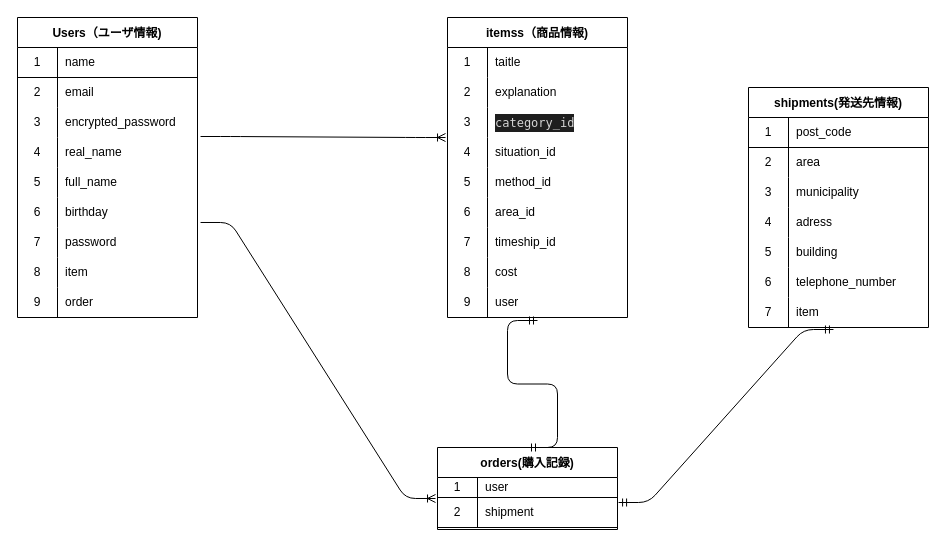
Earlier version of the draw.io diagram ER.dio (Semomo0717/furima-36947). Source tidied: cells renumbered, new cells numbered last; positions are measured from the earlier drawing's top-left corner, leaving out a move shared by most shapes. Both pictures are drawn from the tidied source at 100%, with x=0, y=0 at pixel (17, 17).
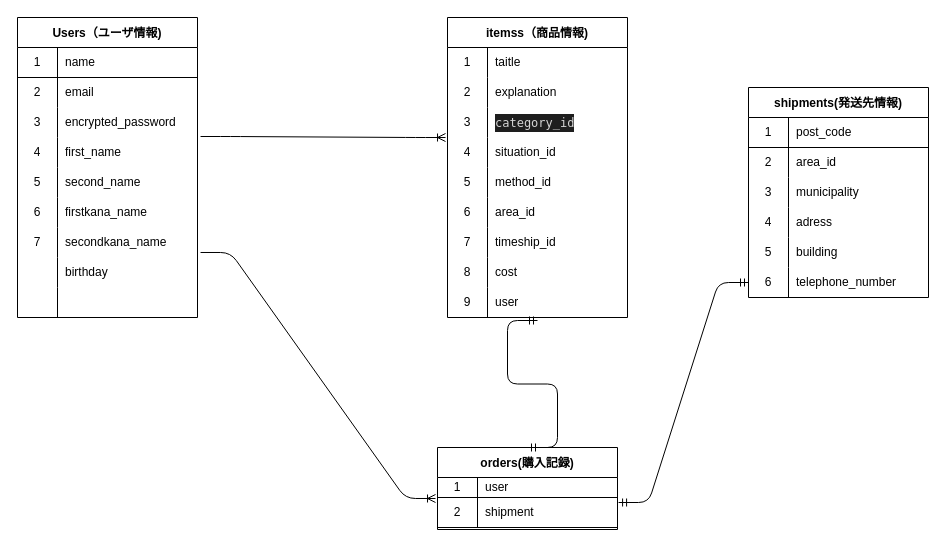
Above is the later version.

The change refers to these unchanged cells:
```xml
<mxCell id="2" value="Users（ユーザ情報)" style="shape=table;startSize=30;childLayout=tableLayout;rowLines=0;fontStyle=1;align=center;" parent="1" vertex="1">
  <mxGeometry width="180" height="300" as="geometry" />
</mxCell>
<mxCell id="12" style="shape=partialRectangle;html=1;whiteSpace=wrap;fillColor=none;top=0;left=0;bottom=0;right=0;points=[[0,0.5],[1,0.5]];portConstraint=eastwest;" parent="2" vertex="1">
  <mxGeometry y="120" width="180" height="30" as="geometry" />
</mxCell>
<mxCell id="27" style="shape=partialRectangle;html=1;whiteSpace=wrap;fillColor=none;top=0;left=0;bottom=0;right=0;" parent="2" vertex="1">
  <mxGeometry y="270" width="180" height="30" as="geometry" />
</mxCell>
<mxCell id="34" style="shape=partialRectangle;html=1;whiteSpace=wrap;fillColor=none;top=0;left=0;bottom=1;right=0;points=[[0,0.5],[1,0.5]];portConstraint=eastwest;" parent="30" vertex="1">
  <mxGeometry y="50" width="180" height="30" as="geometry" />
</mxCell>
<mxCell id="71" style="shape=partialRectangle;html=1;whiteSpace=wrap;fillColor=none;top=0;left=0;bottom=0;right=0;" parent="67" vertex="1">
  <mxGeometry y="60" width="180" height="30" as="geometry" />
</mxCell>
<mxCell id="83" style="shape=partialRectangle;html=1;whiteSpace=wrap;fillColor=none;top=0;left=0;bottom=0;right=0;points=[[0,0.5],[1,0.5]];portConstraint=eastwest;" parent="67" vertex="1">
  <mxGeometry y="180" width="180" height="30" as="geometry" />
</mxCell>
```

Diff of the diagram source:
```diff
@@
-    <mxCell id="14" value="real_name" style="shape=partialRectangle;html=1;whiteSpace=wrap;fillColor=none;top=0;left=0;bottom=0;right=0;align=left;spacingLeft=6;overflow=hidden;" parent="12" vertex="1">
+    <mxCell id="14" value="first_name" style="shape=partialRectangle;html=1;whiteSpace=wrap;fillColor=none;top=0;left=0;bottom=0;right=0;align=left;spacingLeft=6;overflow=hidden;" parent="12" vertex="1">
       <mxGeometry x="40" width="140" height="30" as="geometry" />
     </mxCell>
+    <mxCell id="91" style="shape=partialRectangle;html=1;whiteSpace=wrap;fillColor=none;top=0;left=0;bottom=0;right=0;" parent="2" vertex="1">
+      <mxGeometry y="150" width="180" height="30" as="geometry" />
+    </mxCell>
+    <mxCell id="92" value="5" style="shape=partialRectangle;html=1;whiteSpace=wrap;fillColor=none;top=0;left=0;bottom=0;right=0;overflow=hidden;" parent="91" vertex="1">
+      <mxGeometry width="40" height="30" as="geometry" />
+    </mxCell>
+    <mxCell id="93" value="second_name" style="shape=partialRectangle;html=1;whiteSpace=wrap;fillColor=none;top=0;left=0;bottom=0;right=0;align=left;spacingLeft=6;overflow=hidden;" parent="91" vertex="1">
+      <mxGeometry x="40" width="140" height="30" as="geometry" />
+    </mxCell>
     <mxCell id="15" style="shape=partialRectangle;html=1;whiteSpace=wrap;fillColor=none;top=0;left=0;bottom=0;right=0;" parent="2" vertex="1">
-      <mxGeometry y="150" width="180" height="30" as="geometry" />
+      <mxGeometry y="180" width="180" height="30" as="geometry" />
     </mxCell>
-    <mxCell id="16" value="5" style="shape=partialRectangle;html=1;whiteSpace=wrap;fillColor=none;top=0;left=0;bottom=0;right=0;overflow=hidden;" parent="15" vertex="1">
+    <mxCell id="16" value="6" style="shape=partialRectangle;html=1;whiteSpace=wrap;fillColor=none;top=0;left=0;bottom=0;right=0;overflow=hidden;" parent="15" vertex="1">
       <mxGeometry width="40" height="30" as="geometry" />
     </mxCell>
-    <mxCell id="17" value="full_name" style="shape=partialRectangle;html=1;whiteSpace=wrap;fillColor=none;top=0;left=0;bottom=0;right=0;align=left;spacingLeft=6;overflow=hidden;" parent="15" vertex="1">
+    <mxCell id="17" value="firstkana_name" style="shape=partialRectangle;html=1;whiteSpace=wrap;fillColor=none;top=0;left=0;bottom=0;right=0;align=left;spacingLeft=6;overflow=hidden;" parent="15" vertex="1">
       <mxGeometry x="40" width="140" height="30" as="geometry" />
     </mxCell>
     <mxCell id="18" style="shape=partialRectangle;html=1;whiteSpace=wrap;fillColor=none;top=0;left=0;bottom=0;right=0;points=[[0,0.5],[1,0.5]];portConstraint=eastwest;" parent="2" vertex="1">
-      <mxGeometry y="180" width="180" height="30" as="geometry" />
+      <mxGeometry y="210" width="180" height="30" as="geometry" />
     </mxCell>
-    <mxCell id="19" value="6" style="shape=partialRectangle;html=1;whiteSpace=wrap;fillColor=none;top=0;left=0;bottom=0;right=0;overflow=hidden;" parent="18" vertex="1">
+    <mxCell id="19" value="7" style="shape=partialRectangle;html=1;whiteSpace=wrap;fillColor=none;top=0;left=0;bottom=0;right=0;overflow=hidden;" parent="18" vertex="1">
       <mxGeometry width="40" height="30" as="geometry" />
     </mxCell>
-    <mxCell id="20" value="birthday" style="shape=partialRectangle;html=1;whiteSpace=wrap;fillColor=none;top=0;left=0;bottom=0;right=0;align=left;spacingLeft=6;overflow=hidden;" parent="18" vertex="1">
+    <mxCell id="20" value="secondkana_name" style="shape=partialRectangle;html=1;whiteSpace=wrap;fillColor=none;top=0;left=0;bottom=0;right=0;align=left;spacingLeft=6;overflow=hidden;" parent="18" vertex="1">
       <mxGeometry x="40" width="140" height="30" as="geometry" />
     </mxCell>
     <mxCell id="21" style="shape=partialRectangle;html=1;whiteSpace=wrap;fillColor=none;top=0;left=0;bottom=0;right=0;" parent="2" vertex="1">
-      <mxGeometry y="210" width="180" height="30" as="geometry" />
+      <mxGeometry y="240" width="180" height="30" as="geometry" />
     </mxCell>
-    <mxCell id="22" value="7" style="shape=partialRectangle;html=1;whiteSpace=wrap;fillColor=none;top=0;left=0;bottom=0;right=0;overflow=hidden;" parent="21" vertex="1">
+    <mxCell id="22" style="shape=partialRectangle;html=1;whiteSpace=wrap;fillColor=none;top=0;left=0;bottom=0;right=0;overflow=hidden;" parent="21" vertex="1">
       <mxGeometry width="40" height="30" as="geometry" />
     </mxCell>
-    <mxCell id="23" value="password" style="shape=partialRectangle;html=1;whiteSpace=wrap;fillColor=none;top=0;left=0;bottom=0;right=0;align=left;spacingLeft=6;overflow=hidden;" parent="21" vertex="1">
+    <mxCell id="23" value="birthday" style="shape=partialRectangle;html=1;whiteSpace=wrap;fillColor=none;top=0;left=0;bottom=0;right=0;align=left;spacingLeft=6;overflow=hidden;" parent="21" vertex="1">
       <mxGeometry x="40" width="140" height="30" as="geometry" />
     </mxCell>
-    <mxCell id="24" style="shape=partialRectangle;html=1;whiteSpace=wrap;fillColor=none;top=0;left=0;bottom=0;right=0;" parent="2" vertex="1">
-      <mxGeometry y="240" width="180" height="30" as="geometry" />
-    </mxCell>
-    <mxCell id="25" value="8" style="shape=partialRectangle;html=1;whiteSpace=wrap;fillColor=none;top=0;left=0;bottom=0;right=0;overflow=hidden;" parent="24" vertex="1">
-      <mxGeometry width="40" height="30" as="geometry" />
-    </mxCell>
-    <mxCell id="26" value="item" style="shape=partialRectangle;html=1;whiteSpace=wrap;fillColor=none;top=0;left=0;bottom=0;right=0;align=left;spacingLeft=6;overflow=hidden;" parent="24" vertex="1">
-      <mxGeometry x="40" width="140" height="30" as="geometry" />
-    </mxCell>
@@
-    <mxCell id="28" value="9" style="shape=partialRectangle;html=1;whiteSpace=wrap;fillColor=none;top=0;left=0;bottom=0;right=0;overflow=hidden;" parent="27" vertex="1">
-      <mxGeometry width="40" height="30" as="geometry" />
-    </mxCell>
-    <mxCell id="29" value="order" style="shape=partialRectangle;html=1;whiteSpace=wrap;fillColor=none;top=0;left=0;bottom=0;right=0;align=left;spacingLeft=6;overflow=hidden;" parent="27" vertex="1">
-      <mxGeometry x="40" width="140" height="30" as="geometry" />
-    </mxCell>
+    <mxCell id="94" style="shape=partialRectangle;html=1;whiteSpace=wrap;fillColor=none;top=0;left=0;bottom=0;right=0;overflow=hidden;" parent="27" vertex="1">
+      <mxGeometry width="40" height="30" as="geometry" />
+    </mxCell>
+    <mxCell id="95" style="shape=partialRectangle;html=1;whiteSpace=wrap;fillColor=none;top=0;left=0;bottom=0;right=0;align=left;spacingLeft=6;overflow=hidden;" parent="27" vertex="1">
+      <mxGeometry x="40" width="140" height="30" as="geometry" />
+    </mxCell>
@@
     <mxCell id="67" value="shipments(発送先情報)" style="shape=table;startSize=30;childLayout=tableLayout;rowLines=0;fontStyle=1;align=center;" parent="1" vertex="1">
-      <mxGeometry x="731" y="70" width="180" height="240" as="geometry" />
+      <mxGeometry x="731" y="70" width="180" height="210" as="geometry" />
     </mxCell>
@@
-    <mxCell id="73" value="area" style="shape=partialRectangle;html=1;whiteSpace=wrap;fillColor=none;top=0;left=0;bottom=0;right=0;align=left;spacingLeft=6;overflow=hidden;" parent="71" vertex="1">
+    <mxCell id="73" value="area_id" style="shape=partialRectangle;html=1;whiteSpace=wrap;fillColor=none;top=0;left=0;bottom=0;right=0;align=left;spacingLeft=6;overflow=hidden;" parent="71" vertex="1">
       <mxGeometry x="40" width="140" height="30" as="geometry" />
     </mxCell>
@@
-    <mxCell id="86" style="shape=partialRectangle;html=1;whiteSpace=wrap;fillColor=none;top=0;left=0;bottom=0;right=0;points=[[0,0.5],[1,0.5]];portConstraint=eastwest;" parent="67" vertex="1">
-      <mxGeometry y="210" width="180" height="30" as="geometry" />
-    </mxCell>
-    <mxCell id="87" value="7" style="shape=partialRectangle;html=1;whiteSpace=wrap;fillColor=none;top=0;left=0;bottom=0;right=0;overflow=hidden;" parent="86" vertex="1">
-      <mxGeometry width="40" height="30" as="geometry" />
-    </mxCell>
-    <mxCell id="88" value="item" style="shape=partialRectangle;html=1;whiteSpace=wrap;fillColor=none;top=0;left=0;bottom=0;right=0;align=left;spacingLeft=6;overflow=hidden;" parent="86" vertex="1">
-      <mxGeometry x="40" width="140" height="30" as="geometry" />
-    </mxCell>
-    <mxCell id="89" style="edgeStyle=entityRelationEdgeStyle;fontSize=12;html=1;endArrow=ERmandOne;startArrow=ERmandOne;exitX=1.006;exitY=0.167;exitDx=0;exitDy=0;exitPerimeter=0;entryX=0.472;entryY=1.067;entryDx=0;entryDy=0;entryPerimeter=0;" parent="1" edge="1" source="34" target="86">
+    <mxCell id="89" style="edgeStyle=entityRelationEdgeStyle;fontSize=12;html=1;endArrow=ERmandOne;startArrow=ERmandOne;exitX=1.006;exitY=0.167;exitDx=0;exitDy=0;exitPerimeter=0;entryX=0;entryY=0.5;entryDx=0;entryDy=0;" parent="1" edge="1" source="34" target="83">
       <mxGeometry relative="1" as="geometry" />
     </mxCell>
```
